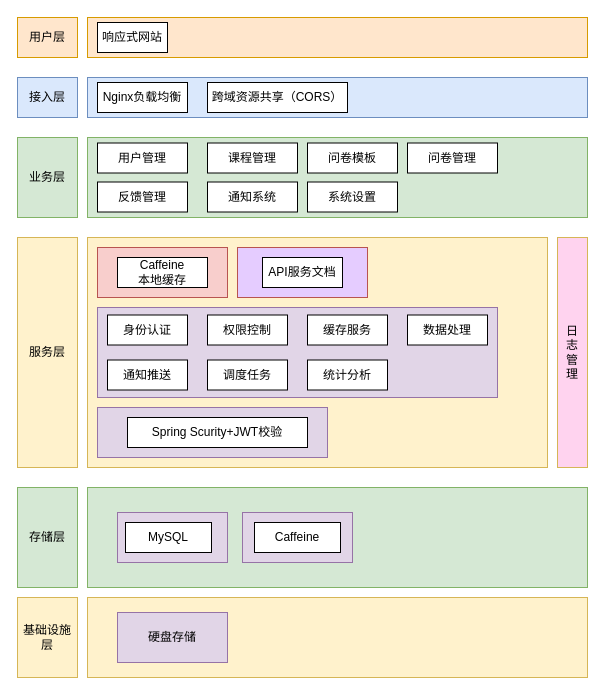
LLLLLLer/llllller.github.io keeps this draw.io diagram as 未命名绘图.drawio. Above is the earlier version. Source tidied: cells renumbered, new cells numbered last; positions are measured from the earlier drawing's top-left corner, leaving out a move shared by most shapes. Both pictures are drawn from the tidied source at 100%, with x=0, y=0 at pixel (17, 17).
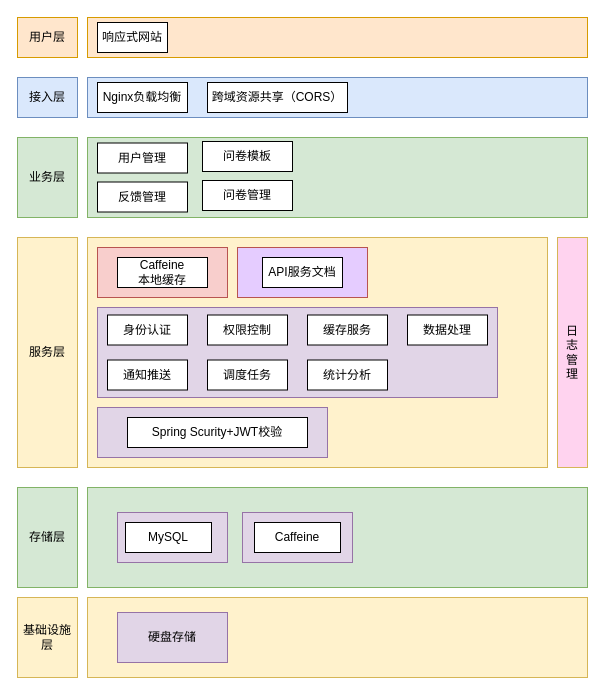
The same diagram, later.

Commit message:
更新未命名绘图.drawio

The edit, as a diff of the source:
```diff
@@
-    <mxCell id="12" value="课程管理" style="rounded=0;whiteSpace=wrap;html=1;" parent="1" vertex="1">
-      <mxGeometry x="190" y="125.5" width="90" height="30" as="geometry" />
-    </mxCell>
     <mxCell id="13" value="问卷模板" style="rounded=0;whiteSpace=wrap;html=1;" parent="1" vertex="1">
-      <mxGeometry x="290" y="125.5" width="90" height="30" as="geometry" />
+      <mxGeometry x="185" y="124" width="90" height="30" as="geometry" />
     </mxCell>
     <mxCell id="14" value="问卷管理" style="rounded=0;whiteSpace=wrap;html=1;" parent="1" vertex="1">
-      <mxGeometry x="390" y="125.5" width="90" height="30" as="geometry" />
+      <mxGeometry x="185" y="163" width="90" height="30" as="geometry" />
     </mxCell>
@@
-    <mxCell id="16" value="通知系统" style="rounded=0;whiteSpace=wrap;html=1;" parent="1" vertex="1">
-      <mxGeometry x="190" y="164.5" width="90" height="30" as="geometry" />
-    </mxCell>
-    <mxCell id="17" value="系统设置" style="rounded=0;whiteSpace=wrap;html=1;" parent="1" vertex="1">
-      <mxGeometry x="290" y="164.5" width="90" height="30" as="geometry" />
-    </mxCell>
```
